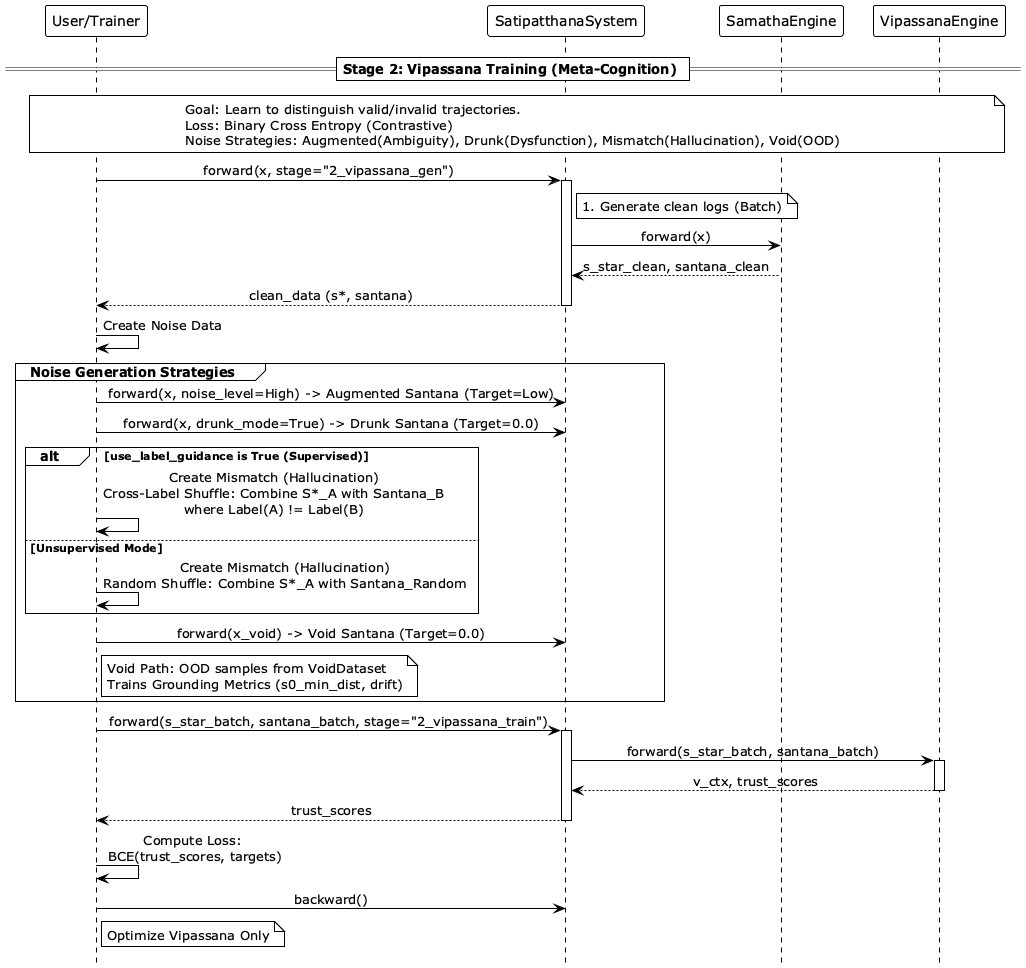
This is docs/diagrams/images/v4_sequence_diagram_training_stage2.png from tamatebox/satipatthana-framework, a PlantUML export, as it was before one commit.
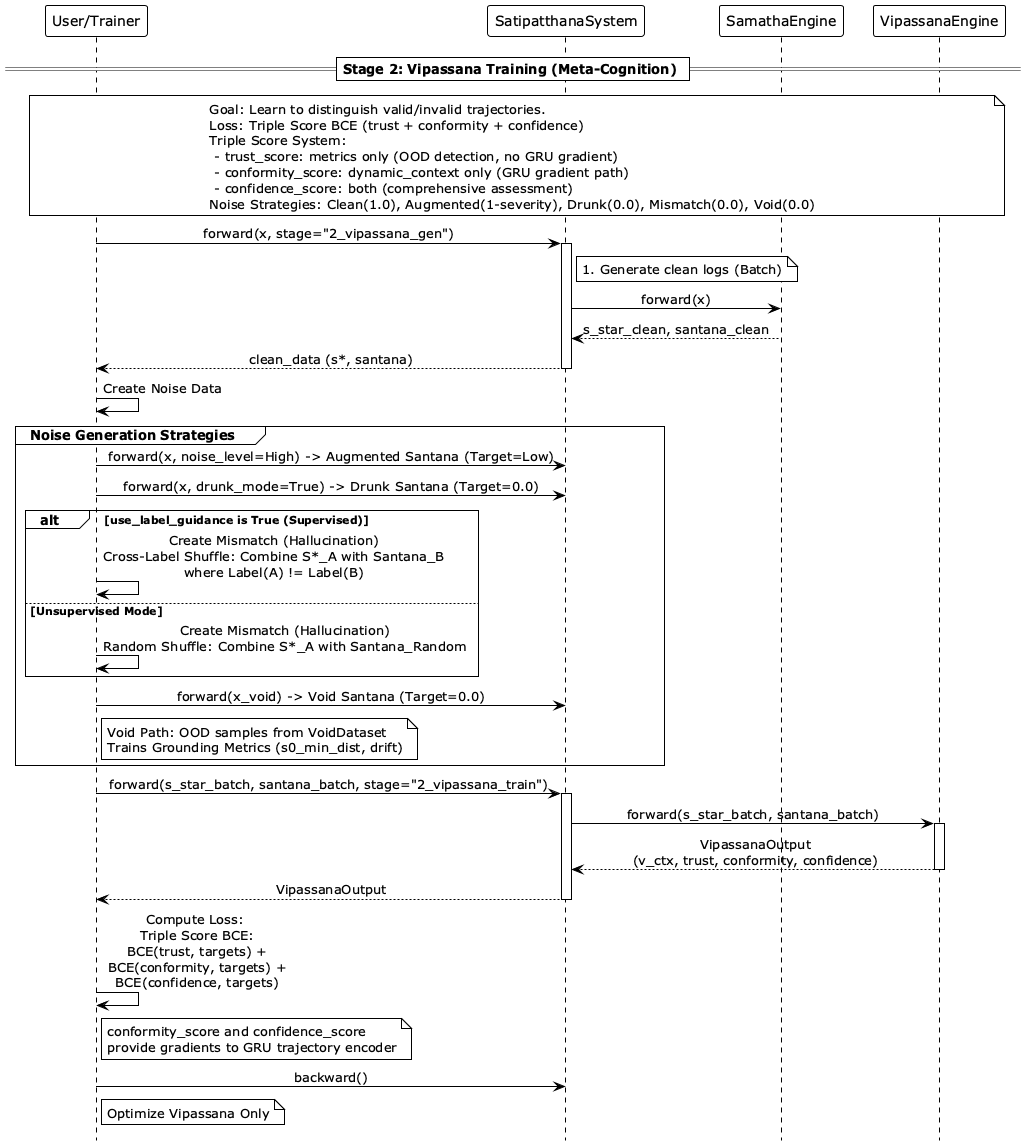
Above is the later version.

Diff of the diagram source:
```diff
@@ -11,8 +11,12 @@
 == Stage 2: Vipassana Training (Meta-Cognition) ==
 note over Trainer, Vipassana
 Goal: Learn to distinguish valid/invalid trajectories.
-Loss: Binary Cross Entropy (Contrastive)
-Noise Strategies: Augmented(Ambiguity), Drunk(Dysfunction), Mismatch(Hallucination), Void(OOD)
+Loss: Triple Score BCE (trust + conformity + confidence)
+Triple Score System:
+ - trust_score: metrics only (OOD detection, no GRU gradient)
+ - conformity_score: dynamic_context only (GRU gradient path)
+ - confidence_score: both (comprehensive assessment)
+Noise Strategies: Clean(1.0), Augmented(1-severity), Drunk(0.0), Mismatch(0.0), Void(0.0)
 end note
 
 Trainer -> System: forward(x, stage="2_vipassana_gen")
@@ -45,12 +49,16 @@
 activate System
     System -> Vipassana: forward(s_star_batch, santana_batch)
     activate Vipassana
-    Vipassana --> System: v_ctx, trust_scores
+    Vipassana --> System: VipassanaOutput\n(v_ctx, trust, conformity, confidence)
     deactivate Vipassana
-System --> Trainer: trust_scores
+System --> Trainer: VipassanaOutput
 deactivate System
 
-Trainer -> Trainer: Compute Loss:\n BCE(trust_scores, targets)
+Trainer -> Trainer: Compute Loss:\n Triple Score BCE:\n BCE(trust, targets) +\n BCE(conformity, targets) +\n BCE(confidence, targets)
+note right of Trainer
+  conformity_score and confidence_score
+  provide gradients to GRU trajectory encoder
+end note
 Trainer -> System: backward()
 note right of Trainer: Optimize Vipassana Only
 
```
